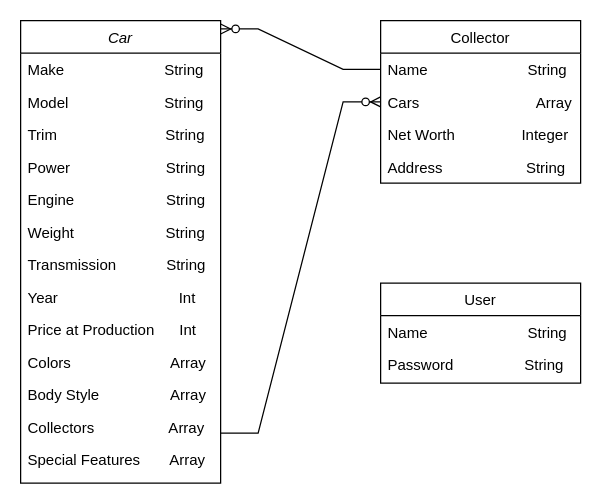
This is Untitled Diagram.drawio from raven-redix/Rambo_Lambo_API, a draw.io file, before an edit. Source tidied: cells renumbered, new cells numbered last; positions are measured from the earlier drawing's top-left corner, leaving out a move shared by most shapes. Both pictures are drawn from the tidied source at 125%, with x=0, y=0 at pixel (20, 20).
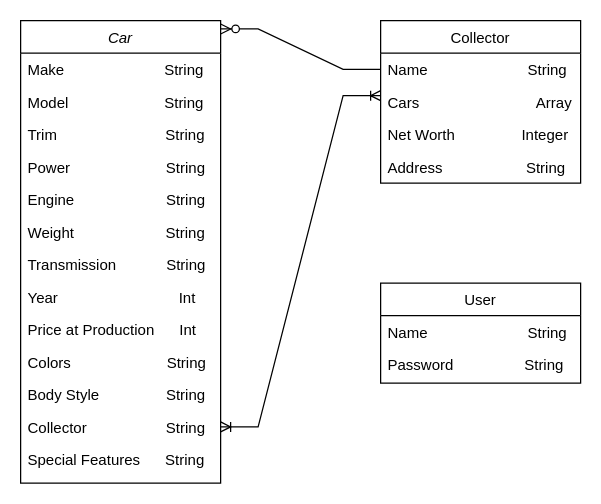
After the change.

Unchanged cells that the change refers to:
```xml
<mxCell id="2" value="Car" style="swimlane;fontStyle=2;align=center;verticalAlign=top;horizontal=1;startSize=26;rounded=0;shadow=0;strokeWidth=1;" parent="1" vertex="1">
  <mxGeometry width="160" height="370" as="geometry" />
</mxCell>
<mxCell id="21" value="Cars                            Array" style="text;align=left;verticalAlign=top;spacingLeft=4;spacingRight=4;overflow=hidden;points=[[0,0.5],[1,0.5]];portConstraint=eastwest;rounded=0;shadow=0;html=0;" parent="19" vertex="1">
  <mxGeometry y="52" width="160" height="26" as="geometry" />
</mxCell>
```

The edit, as a diff of the source:
```diff
@@
-    <mxCell id="12" value="Colors                        Array" style="text;align=left;verticalAlign=top;spacingLeft=4;spacingRight=4;overflow=hidden;rounded=0;shadow=0;html=0;" parent="2" vertex="1">
+    <mxCell id="12" value="Colors                       String" style="text;align=left;verticalAlign=top;spacingLeft=4;spacingRight=4;overflow=hidden;rounded=0;shadow=0;html=0;" parent="2" vertex="1">
       <mxGeometry y="260" width="160" height="26" as="geometry" />
     </mxCell>
-    <mxCell id="13" value="Body Style                 Array" style="text;align=left;verticalAlign=top;spacingLeft=4;spacingRight=4;overflow=hidden;rounded=0;shadow=0;html=0;" parent="2" vertex="1">
+    <mxCell id="13" value="Body Style                String" style="text;align=left;verticalAlign=top;spacingLeft=4;spacingRight=4;overflow=hidden;rounded=0;shadow=0;html=0;" parent="2" vertex="1">
       <mxGeometry y="286" width="160" height="26" as="geometry" />
     </mxCell>
-    <mxCell id="14" value="Collectors                  Array" style="text;align=left;verticalAlign=top;spacingLeft=4;spacingRight=4;overflow=hidden;points=[[0,0.5],[1,0.5]];portConstraint=eastwest;rounded=0;shadow=0;html=0;" parent="2" vertex="1">
+    <mxCell id="14" value="Collector                   String" style="text;align=left;verticalAlign=top;spacingLeft=4;spacingRight=4;overflow=hidden;points=[[0,0.5],[1,0.5]];portConstraint=eastwest;rounded=0;shadow=0;html=0;" parent="2" vertex="1">
       <mxGeometry y="312" width="160" height="26" as="geometry" />
     </mxCell>
-    <mxCell id="15" value="Special Features       Array" style="text;align=left;verticalAlign=top;spacingLeft=4;spacingRight=4;overflow=hidden;rounded=0;shadow=0;html=0;" parent="2" vertex="1">
+    <mxCell id="15" value="Special Features      String" style="text;align=left;verticalAlign=top;spacingLeft=4;spacingRight=4;overflow=hidden;rounded=0;shadow=0;html=0;" parent="2" vertex="1">
       <mxGeometry y="338" width="160" height="26" as="geometry" />
     </mxCell>
@@
-    <mxCell id="25" style="edgeStyle=entityRelationEdgeStyle;fontSize=12;html=1;endArrow=ERzeroToMany;endFill=1;rounded=0;entryX=0;entryY=0.5;entryDx=0;entryDy=0;" parent="1" edge="1" target="21">
-      <mxGeometry relative="1" as="geometry">
-        <mxPoint x="160" y="330" as="sourcePoint" />
-      </mxGeometry>
-    </mxCell>
+    <mxCell id="26" style="edgeStyle=entityRelationEdgeStyle;fontSize=12;html=1;endArrow=ERoneToMany;startArrow=ERoneToMany;rounded=0;exitX=1;exitY=0.5;exitDx=0;exitDy=0;" parent="1" edge="1" source="14">
+      <mxGeometry relative="1" as="geometry">
+        <mxPoint x="288" y="60" as="targetPoint" />
+      </mxGeometry>
+    </mxCell>
```
